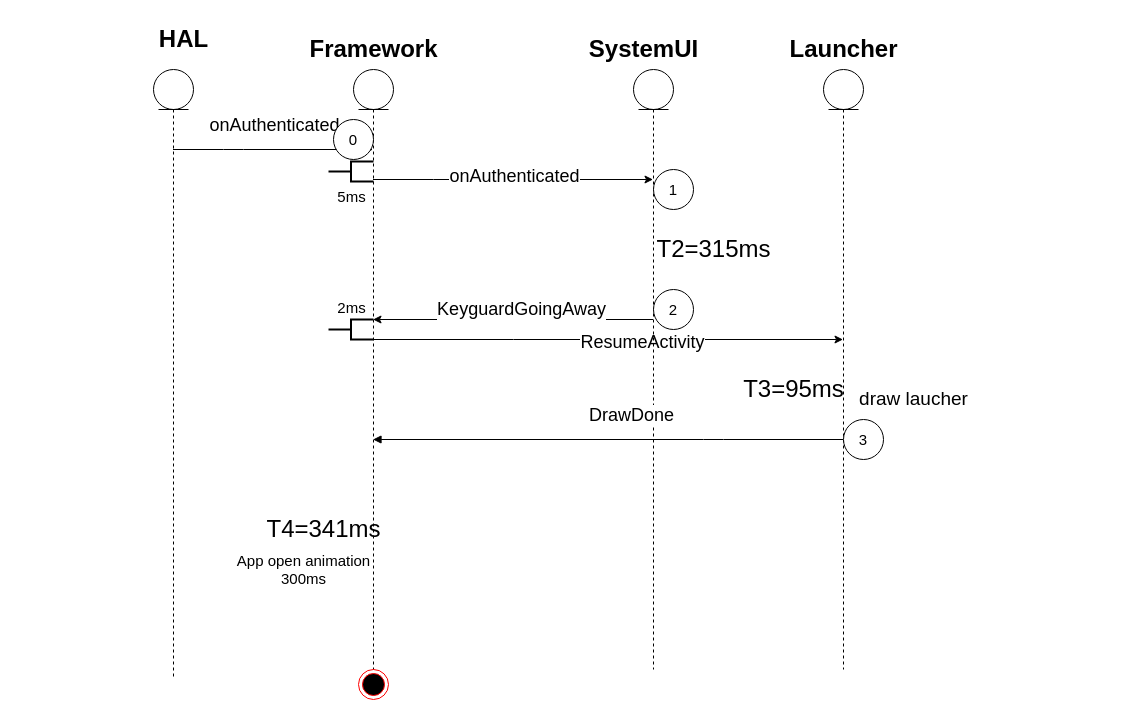
shcalm/wx_pplab keeps this draw.io diagram as Untitled Diagram.drawio. Above is the earlier version. Source tidied: cells renumbered, new cells numbered last; positions are measured from the earlier drawing's top-left corner, leaving out a move shared by most shapes. Both pictures are drawn from the tidied source at 100%, with x=0, y=0 at pixel (133, 19).
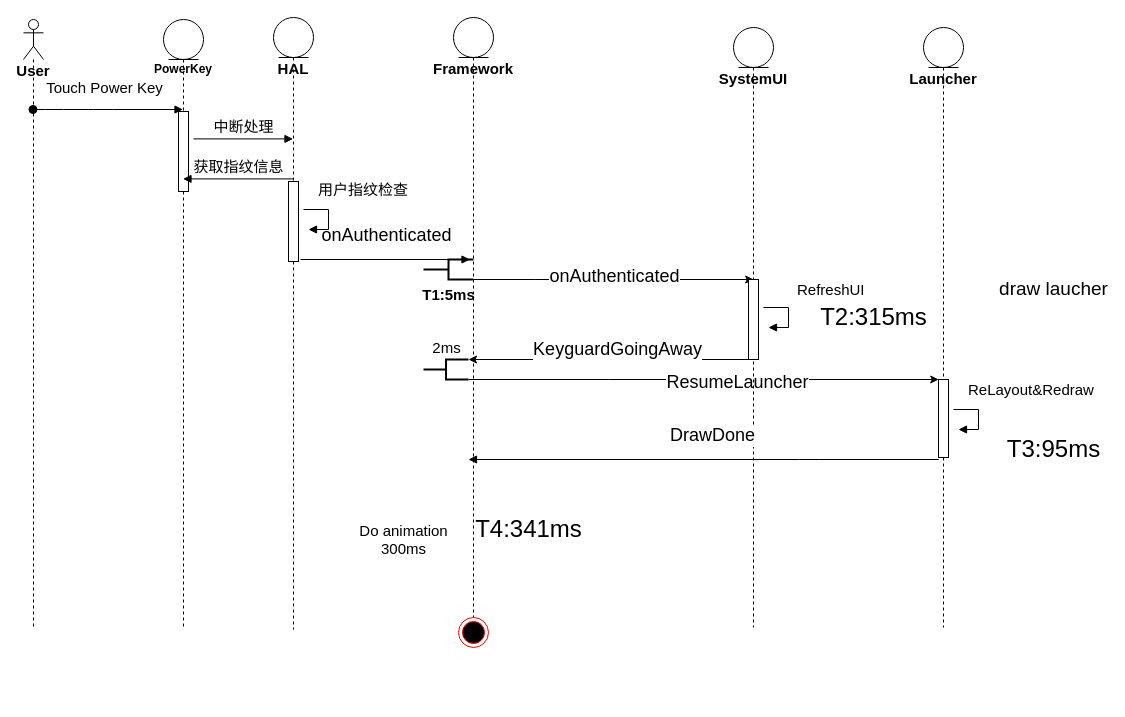
Above is the later version.

Change to the diagram source:
```diff
@@
-    <mxCell id="2" style="shape=umlLifeline;participant=umlEntity;perimeter=lifelinePerimeter;whiteSpace=wrap;html=1;verticalAlign=top;spacingTop=36;outlineConnect=0;" parent="1" vertex="1">
-      <mxGeometry x="20" y="50" width="40" height="610" as="geometry" />
+    <mxCell id="2" value="&lt;b&gt;PowerKey&lt;/b&gt;" style="shape=umlLifeline;participant=umlEntity;perimeter=lifelinePerimeter;whiteSpace=wrap;html=1;verticalAlign=top;spacingTop=36;outlineConnect=0;size=40;" parent="1" vertex="1">
+      <mxGeometry x="30" width="40" height="610" as="geometry" />
     </mxCell>
+    <mxCell id="30" style="html=1;perimeter=orthogonalPerimeter;fontSize=15;" parent="2" vertex="1">
+      <mxGeometry x="15" y="92" width="10" height="80" as="geometry" />
+    </mxCell>
-    <mxCell id="3" style="edgeStyle=orthogonalEdgeStyle;rounded=0;jettySize=auto;html=1;fontSize=18;" parent="1" edge="1" source="7" target="11">
+    <mxCell id="3" style="edgeStyle=orthogonalEdgeStyle;rounded=0;orthogonalLoop=1;jettySize=auto;html=1;fontSize=18;" parent="1" edge="1">
       <mxGeometry relative="1" as="geometry">
+        <mxPoint x="340" y="260" as="sourcePoint" />
+        <mxPoint x="620.2" y="260" as="targetPoint" />
         <Array as="points">
-          <mxPoint x="300" y="160" />
-          <mxPoint x="300" y="160" />
+          <mxPoint x="400.7" y="259.9" />
+          <mxPoint x="400.7" y="259.9" />
         </Array>
       </mxGeometry>
     </mxCell>
@@
-    <mxCell id="5" style="edgeStyle=orthogonalEdgeStyle;rounded=0;jettySize=auto;html=1;fontSize=18;" parent="1" edge="1" source="7" target="12">
+    <mxCell id="5" style="edgeStyle=orthogonalEdgeStyle;rounded=0;orthogonalLoop=1;jettySize=auto;html=1;fontSize=18;" parent="1" edge="1">
       <mxGeometry relative="1" as="geometry">
+        <mxPoint x="335" y="360" as="sourcePoint" />
+        <mxPoint x="805.2" y="360" as="targetPoint" />
         <Array as="points">
-          <mxPoint x="380" y="320" />
-          <mxPoint x="380" y="320" />
+          <mxPoint x="475.7" y="359.9" />
+          <mxPoint x="475.7" y="359.9" />
         </Array>
       </mxGeometry>
     </mxCell>
-    <mxCell id="6" value="ResumeActivity" style="edgeLabel;html=1;align=center;verticalAlign=middle;fontSize=18;" parent="5" vertex="1">
+    <mxCell id="6" value="ResumeLauncher" style="edgeLabel;html=1;align=center;verticalAlign=middle;fontSize=18;" parent="5" vertex="1">
       <mxGeometry x="0.4" y="-2" relative="1" as="geometry">
         <mxPoint x="-60.5" as="offset" />
       </mxGeometry>
     </mxCell>
-    <mxCell id="7" style="shape=umlLifeline;participant=umlEntity;perimeter=lifelinePerimeter;whiteSpace=wrap;html=1;verticalAlign=top;spacingTop=36;outlineConnect=0;" parent="1" vertex="1">
-      <mxGeometry x="220" y="50" width="40" height="600" as="geometry" />
+    <mxCell id="7" value="&lt;font style=&quot;font-size: 15px&quot;&gt;&lt;b&gt;HAL&lt;/b&gt;&lt;/font&gt;" style="shape=umlLifeline;participant=umlEntity;perimeter=lifelinePerimeter;whiteSpace=wrap;html=1;verticalAlign=top;spacingTop=36;outlineConnect=0;" parent="1" vertex="1">
+      <mxGeometry x="140" y="-2" width="40" height="612" as="geometry" />
     </mxCell>
+    <mxCell id="31" style="html=1;perimeter=orthogonalPerimeter;fontSize=15;" parent="7" vertex="1">
+      <mxGeometry x="15" y="164" width="10" height="80" as="geometry" />
+    </mxCell>
-    <mxCell id="8" value="onAuthenticated" style="html=1;verticalAlign=bottom;endArrow=block;fontSize=18;" parent="1" edge="1" source="2" target="7">
+    <mxCell id="8" value="onAuthenticated" style="html=1;verticalAlign=bottom;endArrow=block;fontSize=18;" parent="1" edge="1">
       <mxGeometry x="0.01" y="10" relative="1" as="geometry">
+        <mxPoint x="167" y="240" as="sourcePoint" />
+        <mxPoint x="336.5" y="240" as="targetPoint" />
         <Array as="points">
-          <mxPoint x="100" y="130" />
+          <mxPoint x="217.5" y="240" />
         </Array>
       </mxGeometry>
     </mxCell>
-    <mxCell id="9" style="edgeStyle=orthogonalEdgeStyle;rounded=0;jettySize=auto;html=1;fontSize=18;" parent="1" edge="1" source="11" target="7">
+    <mxCell id="9" style="edgeStyle=orthogonalEdgeStyle;rounded=0;orthogonalLoop=1;jettySize=auto;html=1;fontSize=18;" parent="1" edge="1">
       <mxGeometry relative="1" as="geometry">
+        <mxPoint x="615.2" y="340" as="sourcePoint" />
+        <mxPoint x="335" y="340" as="targetPoint" />
         <Array as="points">
-          <mxPoint x="360" y="300" />
-          <mxPoint x="360" y="300" />
+          <mxPoint x="455.7" y="339.9" />
+          <mxPoint x="455.7" y="339.9" />
         </Array>
       </mxGeometry>
     </mxCell>
@@
-    <mxCell id="11" style="shape=umlLifeline;participant=umlEntity;perimeter=lifelinePerimeter;whiteSpace=wrap;html=1;verticalAlign=top;spacingTop=36;outlineConnect=0;" parent="1" vertex="1">
-      <mxGeometry x="500" y="50" width="40" height="600" as="geometry" />
+    <mxCell id="11" value="Framework" style="shape=umlLifeline;participant=umlEntity;perimeter=lifelinePerimeter;whiteSpace=wrap;html=1;verticalAlign=top;spacingTop=36;outlineConnect=0;fontSize=15;fontStyle=1;" parent="1" vertex="1">
+      <mxGeometry x="320" y="-2" width="40" height="600" as="geometry" />
     </mxCell>
-    <mxCell id="12" style="shape=umlLifeline;participant=umlEntity;perimeter=lifelinePerimeter;whiteSpace=wrap;html=1;verticalAlign=top;spacingTop=36;outlineConnect=0;" parent="1" vertex="1">
-      <mxGeometry x="690" y="50" width="40" height="600" as="geometry" />
+    <mxCell id="12" value="SystemUI" style="shape=umlLifeline;participant=umlEntity;perimeter=lifelinePerimeter;whiteSpace=wrap;html=1;verticalAlign=top;spacingTop=36;outlineConnect=0;fontSize=15;fontStyle=1;" parent="1" vertex="1">
+      <mxGeometry x="600" y="8" width="40" height="600" as="geometry" />
     </mxCell>
+    <mxCell id="32" style="html=1;perimeter=orthogonalPerimeter;fontSize=15;" parent="12" vertex="1">
+      <mxGeometry x="15" y="252" width="10" height="80" as="geometry" />
+    </mxCell>
-    <mxCell id="13" value="DrawDone&lt;br&gt;" style="html=1;verticalAlign=bottom;endArrow=block;fontSize=18;" parent="1" edge="1" source="12" target="7">
-      <mxGeometry x="-0.1" y="-10" relative="1" as="geometry">
+    <mxCell id="13" value="DrawDone&lt;br&gt;" style="html=1;verticalAlign=bottom;endArrow=block;fontSize=18;" parent="1" edge="1">
+      <mxGeometry x="-0.04" y="-10" relative="1" as="geometry">
+        <mxPoint x="805.2" y="440" as="sourcePoint" />
+        <mxPoint x="335" y="440" as="targetPoint" />
         <Array as="points">
-          <mxPoint x="580" y="420" />
+          <mxPoint x="675.7" y="440" />
         </Array>
       </mxGeometry>
     </mxCell>
     <mxCell id="14" style="ellipse;html=1;shape=endState;fillColor=#000000;strokeColor=#ff0000;fontSize=18;" parent="1" vertex="1">
-      <mxGeometry x="225" y="650" width="30" height="30" as="geometry" />
+      <mxGeometry x="325" y="598" width="30" height="30" as="geometry" />
     </mxCell>
-    <mxCell id="15" value="HAL" style="text;strokeColor=none;fillColor=none;html=1;fontSize=24;fontStyle=1;verticalAlign=middle;align=center;" parent="1" vertex="1">
-      <mxGeometry width="100" height="40" as="geometry" />
-    </mxCell>
-    <mxCell id="16" value="Framework&lt;br&gt;" style="text;strokeColor=none;fillColor=none;html=1;fontSize=24;fontStyle=1;verticalAlign=middle;align=center;" parent="1" vertex="1">
-      <mxGeometry x="190" y="10" width="100" height="40" as="geometry" />
-    </mxCell>
-    <mxCell id="17" value="SystemUI" style="text;strokeColor=none;fillColor=none;html=1;fontSize=24;fontStyle=1;verticalAlign=middle;align=center;" parent="1" vertex="1">
-      <mxGeometry x="460" y="10" width="100" height="40" as="geometry" />
-    </mxCell>
-    <mxCell id="18" value="Launcher&lt;br&gt;" style="text;strokeColor=none;fillColor=none;html=1;fontSize=24;fontStyle=1;verticalAlign=middle;align=center;" parent="1" vertex="1">
-      <mxGeometry x="660" y="10" width="100" height="40" as="geometry" />
-    </mxCell>
     <mxCell id="19" value="draw laucher&lt;br style=&quot;font-size: 19px;&quot;&gt;" style="text;strokeColor=none;fillColor=none;html=1;fontSize=19;fontStyle=0;verticalAlign=middle;align=center;" parent="1" vertex="1">
-      <mxGeometry x="730" y="360" width="100" height="40" as="geometry" />
+      <mxGeometry x="870" y="250" width="100" height="40" as="geometry" />
     </mxCell>
-    <mxCell id="20" value="App open animation&lt;br&gt;300ms" style="text;strokeColor=none;fillColor=none;html=1;fontSize=15;fontStyle=0;verticalAlign=middle;align=center;" parent="1" vertex="1">
-      <mxGeometry x="120" y="530" width="100" height="40" as="geometry" />
+    <mxCell id="20" value="Do animation&lt;br&gt;300ms" style="text;strokeColor=none;fillColor=none;html=1;fontSize=15;fontStyle=0;verticalAlign=middle;align=center;" parent="1" vertex="1">
+      <mxGeometry x="220" y="500" width="100" height="40" as="geometry" />
     </mxCell>
-    <mxCell id="21" value="1" style="ellipse;whiteSpace=wrap;html=1;fontSize=15;" parent="1" vertex="1">
-      <mxGeometry x="520" y="150" width="40" height="40" as="geometry" />
-    </mxCell>
-    <mxCell id="22" value="2" style="ellipse;whiteSpace=wrap;html=1;fontSize=15;" parent="1" vertex="1">
-      <mxGeometry x="520" y="270" width="40" height="40" as="geometry" />
-    </mxCell>
-    <mxCell id="23" value="3" style="ellipse;whiteSpace=wrap;html=1;fontSize=15;" parent="1" vertex="1">
-      <mxGeometry x="710" y="400" width="40" height="40" as="geometry" />
-    </mxCell>
-    <mxCell id="24" value="0" style="ellipse;whiteSpace=wrap;html=1;fontSize=15;" parent="1" vertex="1">
-      <mxGeometry x="200" y="100" width="40" height="40" as="geometry" />
-    </mxCell>
-    <mxCell id="25" value="&lt;span style=&quot;font-weight: normal&quot;&gt;T2=315ms&lt;/span&gt;" style="text;strokeColor=none;fillColor=none;html=1;fontSize=24;fontStyle=1;verticalAlign=middle;align=center;" parent="1" vertex="1">
-      <mxGeometry x="530" y="210" width="100" height="40" as="geometry" />
+    <mxCell id="25" value="&lt;span style=&quot;font-weight: normal&quot;&gt;T2:315ms&lt;/span&gt;" style="text;strokeColor=none;fillColor=none;html=1;fontSize=24;fontStyle=1;verticalAlign=middle;align=center;" parent="1" vertex="1">
+      <mxGeometry x="690" y="278" width="100" height="40" as="geometry" />
     </mxCell>
-    <mxCell id="26" value="T3=95ms" style="text;strokeColor=none;fillColor=none;html=1;fontSize=24;fontStyle=0;verticalAlign=middle;align=center;" parent="1" vertex="1">
-      <mxGeometry x="610" y="350" width="100" height="40" as="geometry" />
+    <mxCell id="26" value="T3:95ms" style="text;strokeColor=none;fillColor=none;html=1;fontSize=24;fontStyle=0;verticalAlign=middle;align=center;" parent="1" vertex="1">
+      <mxGeometry x="870" y="410" width="100" height="40" as="geometry" />
     </mxCell>
-    <mxCell id="27" value="T4=341ms" style="text;strokeColor=none;fillColor=none;html=1;fontSize=24;fontStyle=0;verticalAlign=middle;align=center;" parent="1" vertex="1">
-      <mxGeometry x="140" y="490" width="100" height="40" as="geometry" />
+    <mxCell id="27" value="T4:341ms" style="text;strokeColor=none;fillColor=none;html=1;fontSize=24;fontStyle=0;verticalAlign=middle;align=center;" parent="1" vertex="1">
+      <mxGeometry x="345" y="490" width="100" height="40" as="geometry" />
     </mxCell>
     <mxCell id="28" value="2ms" style="strokeWidth=2;html=1;shape=mxgraph.flowchart.annotation_2;align=center;labelPosition=center;verticalLabelPosition=top;verticalAlign=bottom;fontSize=15;" parent="1" vertex="1">
-      <mxGeometry x="195" y="300" width="45" height="20" as="geometry" />
+      <mxGeometry x="290" y="340" width="45" height="20" as="geometry" />
     </mxCell>
-    <mxCell id="29" value="5ms" style="strokeWidth=2;html=1;shape=mxgraph.flowchart.annotation_2;align=center;labelPosition=center;verticalLabelPosition=bottom;verticalAlign=top;fontSize=15;rotation=0;" parent="1" vertex="1">
-      <mxGeometry x="195" y="142" width="45" height="20" as="geometry" />
+    <mxCell id="29" value="&lt;b&gt;T1:5ms&lt;/b&gt;" style="strokeWidth=2;html=1;shape=mxgraph.flowchart.annotation_2;align=center;labelPosition=center;verticalLabelPosition=bottom;verticalAlign=top;fontSize=15;rotation=0;" parent="1" vertex="1">
+      <mxGeometry x="290" y="240" width="50" height="20" as="geometry" />
     </mxCell>
+    <mxCell id="33" value="User" style="shape=umlLifeline;participant=umlActor;perimeter=lifelinePerimeter;whiteSpace=wrap;html=1;verticalAlign=top;spacingTop=36;outlineConnect=0;horizontal=1;fontStyle=1;fontSize=15;" parent="1" vertex="1">
+      <mxGeometry x="-110" width="20" height="610" as="geometry" />
+    </mxCell>
+    <mxCell id="34" value="Touch Power Key" style="html=1;verticalAlign=bottom;startArrow=oval;endArrow=block;startSize=8;fontSize=15;" parent="1" edge="1" source="33" target="2">
+      <mxGeometry x="-0.06" y="10" relative="1" as="geometry">
+        <Array as="points">
+          <mxPoint x="-80" y="90" />
+          <mxPoint x="-30" y="90" />
+        </Array>
+      </mxGeometry>
+    </mxCell>
+    <mxCell id="35" value="中断处理" style="html=1;verticalAlign=bottom;endArrow=block;fontSize=15;" parent="1" edge="1" target="7">
+      <mxGeometry relative="1" as="geometry">
+        <mxPoint x="60" y="119.4" as="sourcePoint" />
+      </mxGeometry>
+    </mxCell>
+    <mxCell id="36" value="获取指纹信息" style="html=1;verticalAlign=bottom;endArrow=block;fontSize=15;" parent="1" edge="1" target="2">
+      <mxGeometry relative="1" as="geometry">
+        <mxPoint x="160" y="159.4" as="sourcePoint" />
+      </mxGeometry>
+    </mxCell>
+    <mxCell id="37" value="用户指纹检查" style="edgeStyle=orthogonalEdgeStyle;html=1;align=left;spacingLeft=2;endArrow=block;rounded=0;entryX=1;entryY=0;fontSize=15;" parent="1" edge="1">
+      <mxGeometry x="-0.69" y="20" relative="1" as="geometry">
+        <mxPoint x="170" y="190" as="sourcePoint" />
+        <mxPoint x="175" y="210" as="targetPoint" />
+        <Array as="points">
+          <mxPoint x="195" y="190" />
+        </Array>
+        <mxPoint x="1" as="offset" />
+      </mxGeometry>
+    </mxCell>
+    <mxCell id="38" value="RefreshUI" style="edgeStyle=orthogonalEdgeStyle;html=1;align=left;spacingLeft=2;endArrow=block;rounded=0;entryX=1;entryY=0;fontSize=15;" parent="1" edge="1">
+      <mxGeometry x="-0.23" y="19" relative="1" as="geometry">
+        <mxPoint x="630" y="288" as="sourcePoint" />
+        <mxPoint x="635" y="308" as="targetPoint" />
+        <Array as="points">
+          <mxPoint x="655" y="288" />
+        </Array>
+        <mxPoint x="-14" y="-18" as="offset" />
+      </mxGeometry>
+    </mxCell>
+    <mxCell id="18" value="Launcher" style="shape=umlLifeline;participant=umlEntity;perimeter=lifelinePerimeter;whiteSpace=wrap;html=1;verticalAlign=top;spacingTop=36;fontSize=15;fontStyle=1;" parent="1" vertex="1">
+      <mxGeometry x="790" y="8" width="40" height="600" as="geometry" />
+    </mxCell>
+    <mxCell id="39" style="html=1;perimeter=orthogonalPerimeter;fontSize=15;" parent="18" vertex="1">
+      <mxGeometry x="15" y="352" width="10" height="78" as="geometry" />
+    </mxCell>
+    <mxCell id="40" value="ReLayout&amp;amp;Redraw" style="edgeStyle=orthogonalEdgeStyle;html=1;align=left;spacingLeft=2;endArrow=block;rounded=0;entryX=1;entryY=0;fontSize=15;" parent="1" edge="1">
+      <mxGeometry x="-0.69" y="20" relative="1" as="geometry">
+        <mxPoint x="820" y="390" as="sourcePoint" />
+        <mxPoint x="825" y="410" as="targetPoint" />
+        <Array as="points">
+          <mxPoint x="845" y="390" />
+        </Array>
+        <mxPoint x="1" as="offset" />
+      </mxGeometry>
+    </mxCell>
```
